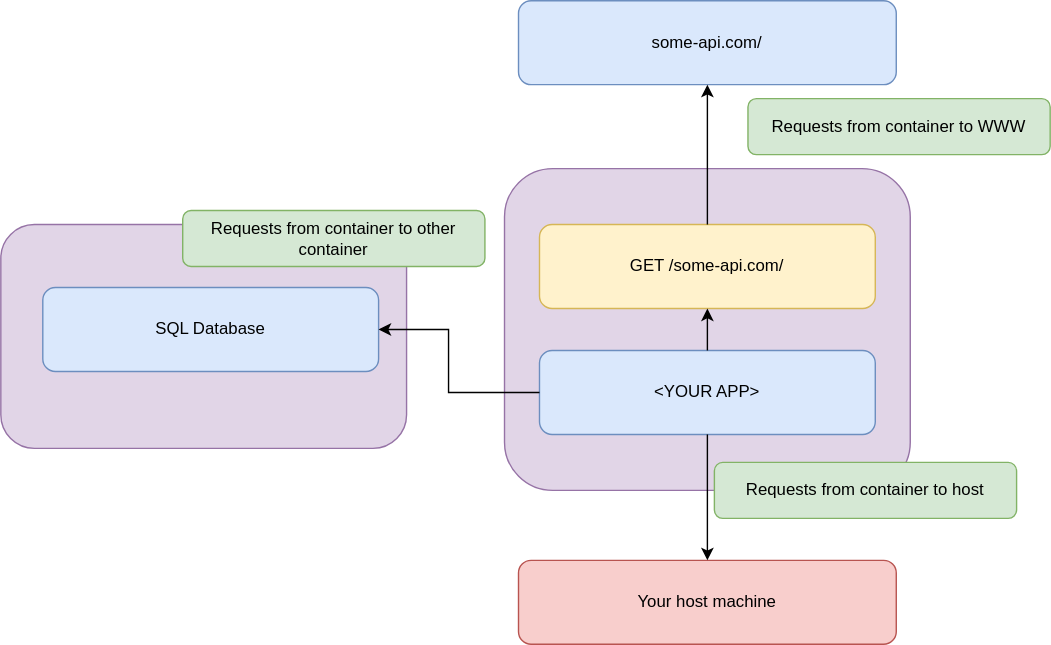
The draw.io diagram docs/external.svg in TomSpencerLondon/Docker-And-Kubernetes, before a commit. Source tidied: cells renumbered, new cells last; positions are measured from the earlier drawing's top-left corner, leaving out a move shared by most shapes.
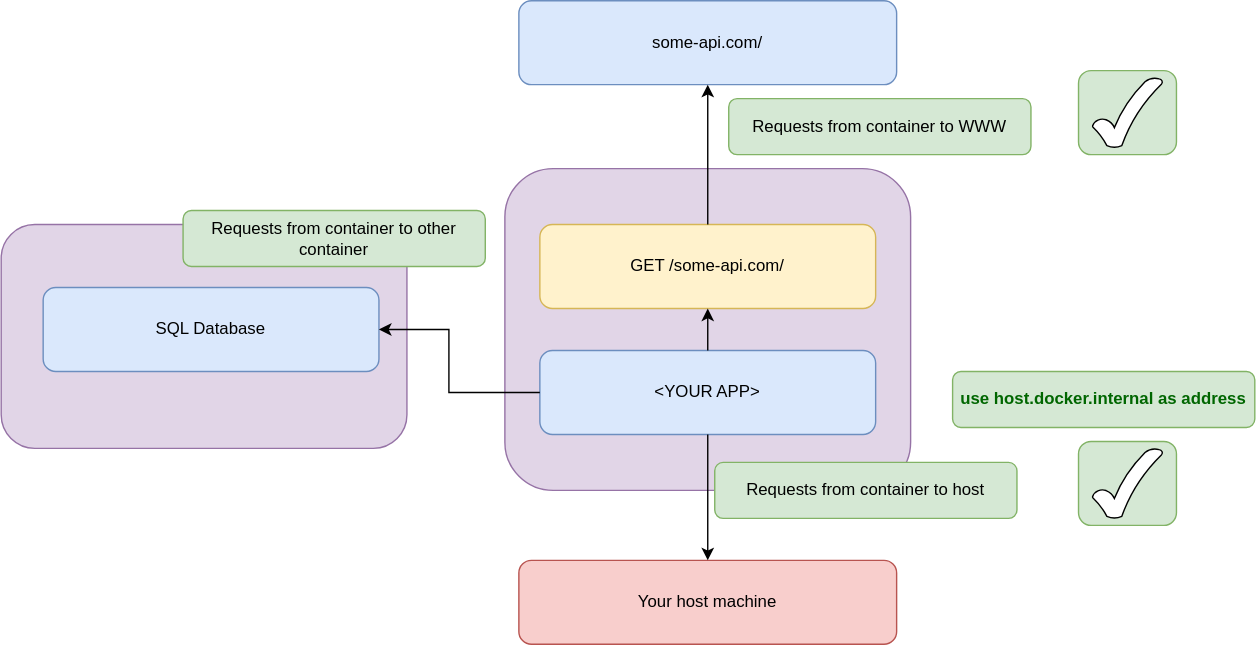
Above is the later version.

Diff of the diagram source:
```diff
@@ -2,6 +2,12 @@
   <root>
     <mxCell id="0" />
     <mxCell id="1" parent="0" />
+    <mxCell id="16" style="rounded=1;whiteSpace=wrap;html=1;fillColor=#d5e8d4;strokeColor=#82b366;" parent="1" vertex="1">
+      <mxGeometry x="770" y="315" width="70" height="60" as="geometry" />
+    </mxCell>
+    <mxCell id="17" style="rounded=1;whiteSpace=wrap;html=1;fillColor=#d5e8d4;strokeColor=#82b366;" parent="1" vertex="1">
+      <mxGeometry x="770" y="50" width="70" height="60" as="geometry" />
+    </mxCell>
     <mxCell id="2" style="rounded=1;whiteSpace=wrap;html=1;fillColor=#e1d5e7;strokeColor=#9673a6;" parent="1" vertex="1">
       <mxGeometry x="360" y="120" width="290" height="230" as="geometry" />
     </mxCell>
@@ -18,7 +24,7 @@
       <mxGeometry relative="1" as="geometry" />
     </mxCell>
     <mxCell id="7" value="Requests from container to WWW" style="rounded=1;whiteSpace=wrap;html=1;fillColor=#d5e8d4;strokeColor=#82b366;" parent="1" vertex="1">
-      <mxGeometry x="534" y="70" width="216" height="40" as="geometry" />
+      <mxGeometry x="520" y="70" width="216" height="40" as="geometry" />
     </mxCell>
     <mxCell id="8" value="Your host machine" style="rounded=1;whiteSpace=wrap;html=1;fillColor=#f8cecc;strokeColor=#b85450;" parent="1" vertex="1">
       <mxGeometry x="370" y="400" width="270" height="60" as="geometry" />
@@ -49,5 +55,14 @@
     <mxCell id="15" style="endArrow=classic;html=1;rounded=0;exitX=0.5;exitY=0;exitDx=0;exitDy=0;entryX=0.5;entryY=1;entryDx=0;entryDy=0;" parent="1" edge="1" source="4" target="3">
       <mxGeometry relative="1" as="geometry" />
     </mxCell>
+    <mxCell id="18" style="verticalLabelPosition=bottom;verticalAlign=top;html=1;shape=mxgraph.basic.tick;" parent="1" vertex="1">
+      <mxGeometry x="780" y="320" width="50" height="50" as="geometry" />
+    </mxCell>
+    <mxCell id="19" style="verticalLabelPosition=bottom;verticalAlign=top;html=1;shape=mxgraph.basic.tick;" parent="1" vertex="1">
+      <mxGeometry x="780" y="55" width="50" height="50" as="geometry" />
+    </mxCell>
+    <mxCell id="20" value="&lt;b&gt;&lt;font color=&quot;#006600&quot;&gt;use host.docker.internal as address&lt;/font&gt;&lt;/b&gt;" style="rounded=1;whiteSpace=wrap;html=1;fillColor=#d5e8d4;strokeColor=#82b366;" parent="1" vertex="1">
+      <mxGeometry x="680" y="265" width="216" height="40" as="geometry" />
+    </mxCell>
   </root>
 </mxGraphModel>
```
